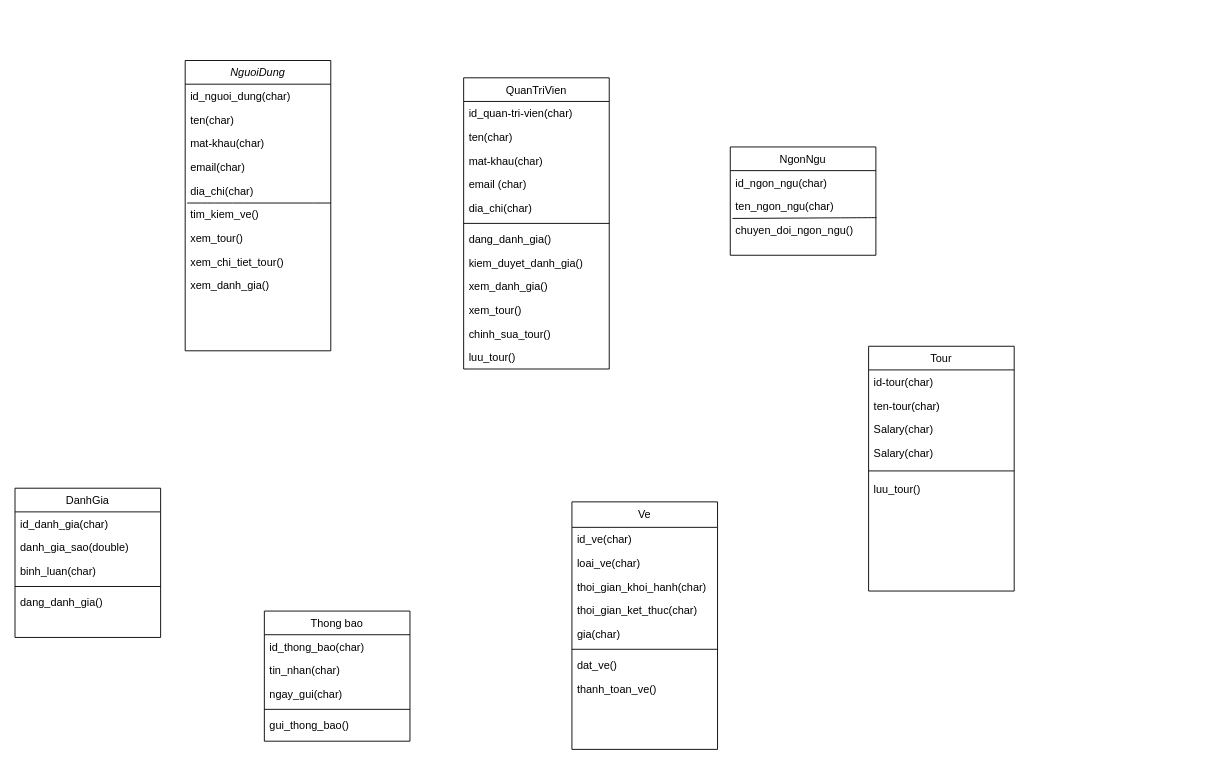
Above: Biểu đồ không có tiêu đề.drawio in codecuatai/DuAnLuyenTap (draw.io), before the change. Source tidied: cells renumbered, new cells numbered last; positions are measured from the earlier drawing's top-left corner, leaving out a move shared by most shapes. Both pictures are drawn from the tidied source at 91%, with x=0, y=0 at pixel (15, 60).
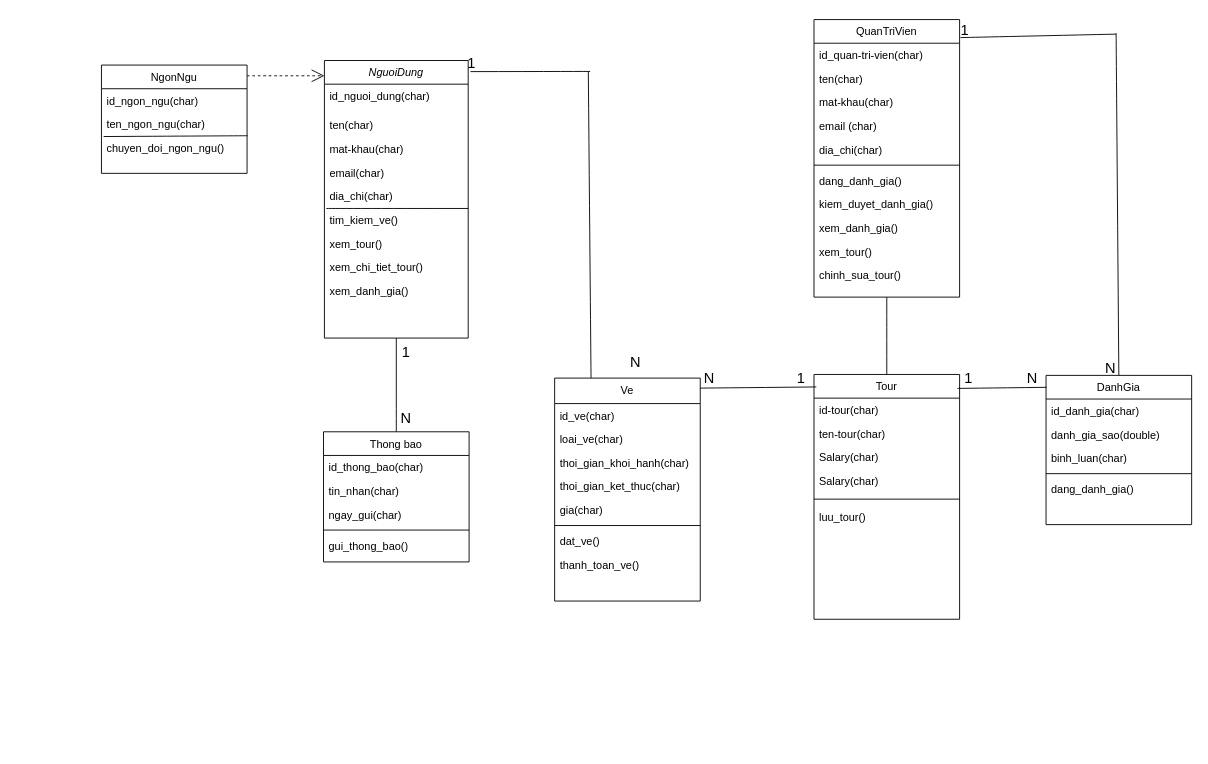
The same diagram, later.

Commit message:
Cập nhật Biểu đồ không có tiêu đề.drawio

Change to the diagram source:
```diff
@@
     <mxCell id="2" value="NguoiDung" style="swimlane;fontStyle=2;align=center;verticalAlign=top;horizontal=1;startSize=26;rounded=0;shadow=0;strokeWidth=1;" parent="1" vertex="1">
-      <mxGeometry x="187" width="160" height="319" as="geometry" />
+      <mxGeometry x="340" width="158" height="305" as="geometry" />
     </mxCell>
     <mxCell id="3" value="id_nguoi_dung(char)" style="text;align=left;verticalAlign=top;spacingLeft=4;spacingRight=4;overflow=hidden;" parent="2" vertex="1">
-      <mxGeometry y="26" width="160" height="26" as="geometry" />
+      <mxGeometry y="26" width="158" height="32" as="geometry" />
     </mxCell>
     <mxCell id="4" value="ten(char)" style="text;align=left;verticalAlign=top;spacingLeft=4;spacingRight=4;overflow=hidden;rounded=0;shadow=0;html=0;" parent="2" vertex="1">
-      <mxGeometry y="52" width="160" height="26" as="geometry" />
+      <mxGeometry y="58" width="158" height="26" as="geometry" />
     </mxCell>
     <mxCell id="5" value="mat-khau(char)" style="text;align=left;verticalAlign=top;spacingLeft=4;spacingRight=4;overflow=hidden;rounded=0;shadow=0;html=0;" parent="2" vertex="1">
-      <mxGeometry y="78" width="160" height="26" as="geometry" />
+      <mxGeometry y="84" width="158" height="26" as="geometry" />
     </mxCell>
     <mxCell id="6" value="email(char)" style="text;align=left;verticalAlign=top;spacingLeft=4;spacingRight=4;overflow=hidden;rounded=0;shadow=0;html=0;" parent="2" vertex="1">
-      <mxGeometry y="104" width="160" height="26" as="geometry" />
+      <mxGeometry y="110" width="158" height="26" as="geometry" />
     </mxCell>
     <mxCell id="7" value="dia_chi(char)" style="text;align=left;verticalAlign=top;spacingLeft=4;spacingRight=4;overflow=hidden;points=[[0,0.5],[1,0.5]];portConstraint=eastwest;rounded=0;shadow=0;html=0;" parent="2" vertex="1">
-      <mxGeometry y="130" width="160" height="26" as="geometry" />
+      <mxGeometry y="136" width="158" height="26" as="geometry" />
     </mxCell>
@@
     <mxCell id="9" value="tim_kiem_ve()" style="text;align=left;verticalAlign=top;spacingLeft=4;spacingRight=4;overflow=hidden;rounded=0;shadow=0;html=0;" parent="2" vertex="1">
-      <mxGeometry y="156" width="160" height="26" as="geometry" />
+      <mxGeometry y="162" width="158" height="26" as="geometry" />
     </mxCell>
     <mxCell id="10" value="xem_tour()" style="text;align=left;verticalAlign=top;spacingLeft=4;spacingRight=4;overflow=hidden;rounded=0;shadow=0;html=0;" parent="2" vertex="1">
-      <mxGeometry y="182" width="160" height="26" as="geometry" />
+      <mxGeometry y="188" width="158" height="26" as="geometry" />
     </mxCell>
     <mxCell id="11" value="xem_chi_tiet_tour()" style="text;align=left;verticalAlign=top;spacingLeft=4;spacingRight=4;overflow=hidden;rounded=0;shadow=0;html=0;" parent="2" vertex="1">
-      <mxGeometry y="208" width="160" height="26" as="geometry" />
+      <mxGeometry y="214" width="158" height="26" as="geometry" />
     </mxCell>
     <mxCell id="12" value="xem_danh_gia()" style="text;align=left;verticalAlign=top;spacingLeft=4;spacingRight=4;overflow=hidden;rounded=0;shadow=0;html=0;" parent="2" vertex="1">
-      <mxGeometry y="234" width="160" height="26" as="geometry" />
+      <mxGeometry y="240" width="158" height="26" as="geometry" />
     </mxCell>
     <mxCell id="13" value="DanhGia" style="swimlane;fontStyle=0;align=center;verticalAlign=top;horizontal=1;startSize=26;rounded=0;shadow=0;strokeWidth=1;" parent="1" vertex="1">
-      <mxGeometry y="470" width="160" height="164" as="geometry" />
+      <mxGeometry x="1133" y="346" width="160" height="164" as="geometry" />
     </mxCell>
@@
     <mxCell id="19" value="NgonNgu" style="swimlane;fontStyle=0;align=center;verticalAlign=top;horizontal=1;startSize=26;rounded=0;shadow=0;strokeWidth=1;" parent="1" vertex="1">
-      <mxGeometry x="786" y="95" width="160" height="119" as="geometry" />
+      <mxGeometry x="95" y="5" width="160" height="119" as="geometry" />
     </mxCell>
@@
     <mxCell id="24" value="QuanTriVien" style="swimlane;fontStyle=0;align=center;verticalAlign=top;horizontal=1;startSize=26;rounded=0;shadow=0;strokeWidth=1;" parent="1" vertex="1">
-      <mxGeometry x="493" y="19" width="160" height="320" as="geometry" />
+      <mxGeometry x="878" y="-45" width="160" height="305" as="geometry" />
     </mxCell>
@@
-    <mxCell id="36" value="luu_tour()" style="text;align=left;verticalAlign=top;spacingLeft=4;spacingRight=4;overflow=hidden;" parent="24" vertex="1">
-      <mxGeometry y="294" width="160" height="26" as="geometry" />
-    </mxCell>
     <mxCell id="37" value="Tour" style="swimlane;fontStyle=0;align=center;verticalAlign=top;horizontal=1;startSize=26;rounded=0;shadow=0;strokeWidth=1;" parent="1" vertex="1">
-      <mxGeometry x="938" y="314" width="160" height="269" as="geometry" />
+      <mxGeometry x="878" y="345" width="160" height="269" as="geometry" />
     </mxCell>
@@
     <mxCell id="44" value="Ve" style="swimlane;fontStyle=0;align=center;verticalAlign=top;horizontal=1;startSize=28;rounded=0;shadow=0;strokeWidth=1;" parent="1" vertex="1">
-      <mxGeometry x="612" y="485" width="160" height="272" as="geometry" />
+      <mxGeometry x="593" y="349" width="160" height="245" as="geometry" />
     </mxCell>
@@
     <mxCell id="53" value="Thong bao" style="swimlane;fontStyle=0;align=center;verticalAlign=top;horizontal=1;startSize=26;rounded=0;shadow=0;strokeWidth=1;" parent="1" vertex="1">
-      <mxGeometry x="274" y="605" width="160" height="143" as="geometry" />
+      <mxGeometry x="339" y="408" width="160" height="143" as="geometry" />
     </mxCell>
@@
+    <mxCell id="59" value="1" style="text;strokeColor=none;fillColor=none;html=1;align=center;verticalAlign=middle;whiteSpace=wrap;rounded=0;fontSize=16;" parent="1" vertex="1">
+      <mxGeometry x="472" y="-12" width="60" height="30" as="geometry" />
+    </mxCell>
+    <mxCell id="60" value="N" style="text;strokeColor=none;fillColor=none;html=1;align=center;verticalAlign=middle;whiteSpace=wrap;rounded=0;fontSize=16;" parent="1" vertex="1">
+      <mxGeometry x="652" y="316" width="60" height="30" as="geometry" />
+    </mxCell>
+    <mxCell id="61" style="endArrow=none;html=1;rounded=0;fontSize=12;startSize=8;endSize=8;curved=1;entryX=0.016;entryY=0.051;entryDx=0;entryDy=0;entryPerimeter=0;" parent="1" edge="1" target="37">
+      <mxGeometry relative="1" as="geometry">
+        <mxPoint x="753" y="360" as="sourcePoint" />
+      </mxGeometry>
+    </mxCell>
+    <mxCell id="62" value="1" style="text;strokeColor=none;fillColor=none;html=1;align=center;verticalAlign=middle;whiteSpace=wrap;rounded=0;fontSize=16;" parent="1" vertex="1">
+      <mxGeometry x="834" y="334" width="60" height="30" as="geometry" />
+    </mxCell>
+    <mxCell id="63" style="endArrow=none;html=1;rounded=0;fontSize=12;startSize=8;endSize=8;curved=1;entryX=0.004;entryY=0.08;entryDx=0;entryDy=0;entryPerimeter=0;exitX=0.985;exitY=0.057;exitDx=0;exitDy=0;exitPerimeter=0;" parent="1" edge="1" source="37" target="13">
+      <mxGeometry relative="1" as="geometry" />
+    </mxCell>
+    <mxCell id="64" style="endArrow=open;endSize=12;dashed=1;html=1;rounded=0;fontSize=12;curved=1;exitX=1;exitY=0.099;exitDx=0;exitDy=0;exitPerimeter=0;entryX=0;entryY=0.055;entryDx=0;entryDy=0;entryPerimeter=0;" parent="1" edge="1" source="19" target="2">
+      <mxGeometry relative="1" as="geometry" />
+    </mxCell>
+    <mxCell id="65" style="endArrow=none;html=1;rounded=0;fontSize=12;startSize=8;endSize=8;curved=1;entryX=0.5;entryY=1;entryDx=0;entryDy=0;exitX=0.5;exitY=0;exitDx=0;exitDy=0;" parent="1" edge="1" source="53" target="2">
+      <mxGeometry relative="1" as="geometry" />
+    </mxCell>
+    <mxCell id="66" style="endArrow=none;html=1;rounded=0;fontSize=12;startSize=8;endSize=8;curved=1;entryX=0.5;entryY=0;entryDx=0;entryDy=0;exitX=0.5;exitY=1;exitDx=0;exitDy=0;" parent="1" edge="1" source="24" target="37">
+      <mxGeometry relative="1" as="geometry" />
+    </mxCell>
+    <mxCell id="67" style="endArrow=none;html=1;rounded=0;fontSize=12;startSize=8;endSize=8;curved=1;entryX=0.5;entryY=0;entryDx=0;entryDy=0;" parent="1" edge="1" target="13">
+      <mxGeometry relative="1" as="geometry">
+        <mxPoint x="1210" y="-30" as="sourcePoint" />
+      </mxGeometry>
+    </mxCell>
+    <mxCell id="68" value="N" style="text;strokeColor=none;fillColor=none;html=1;align=center;verticalAlign=middle;whiteSpace=wrap;rounded=0;fontSize=16;" parent="1" vertex="1">
+      <mxGeometry x="733" y="334" width="60" height="30" as="geometry" />
+    </mxCell>
+    <mxCell id="69" value="N" style="text;strokeColor=none;fillColor=none;html=1;align=center;verticalAlign=middle;whiteSpace=wrap;rounded=0;fontSize=16;" parent="1" vertex="1">
+      <mxGeometry x="1088" y="334" width="60" height="30" as="geometry" />
+    </mxCell>
+    <mxCell id="70" value="1" style="text;strokeColor=none;fillColor=none;html=1;align=center;verticalAlign=middle;whiteSpace=wrap;rounded=0;fontSize=16;" parent="1" vertex="1">
+      <mxGeometry x="1018" y="334" width="60" height="30" as="geometry" />
+    </mxCell>
+    <mxCell id="71" style="endArrow=none;html=1;rounded=0;fontSize=12;startSize=8;endSize=8;curved=1;exitX=1.006;exitY=0.065;exitDx=0;exitDy=0;exitPerimeter=0;" parent="1" edge="1" source="24">
+      <mxGeometry relative="1" as="geometry">
+        <mxPoint x="1210" y="-29" as="targetPoint" />
+      </mxGeometry>
+    </mxCell>
+    <mxCell id="72" value="N" style="text;strokeColor=none;fillColor=none;html=1;align=center;verticalAlign=middle;whiteSpace=wrap;rounded=0;fontSize=16;" parent="1" vertex="1">
+      <mxGeometry x="1174" y="323" width="60" height="30" as="geometry" />
+    </mxCell>
+    <mxCell id="73" value="1" style="text;strokeColor=none;fillColor=none;html=1;align=center;verticalAlign=middle;whiteSpace=wrap;rounded=0;fontSize=16;" parent="1" vertex="1">
+      <mxGeometry x="1014" y="-49" width="60" height="30" as="geometry" />
+    </mxCell>
+    <mxCell id="74" style="endArrow=none;html=1;rounded=0;fontSize=12;startSize=8;endSize=8;curved=1;exitX=0.25;exitY=0;exitDx=0;exitDy=0;" parent="1" edge="1" source="44">
+      <mxGeometry relative="1" as="geometry">
+        <mxPoint x="630" y="12" as="targetPoint" />
+      </mxGeometry>
+    </mxCell>
+    <mxCell id="75" style="endArrow=none;html=1;rounded=0;fontSize=12;startSize=8;endSize=8;curved=1;entryX=1.016;entryY=0.04;entryDx=0;entryDy=0;entryPerimeter=0;" parent="1" edge="1" target="2">
+      <mxGeometry relative="1" as="geometry">
+        <mxPoint x="632" y="12" as="sourcePoint" />
+      </mxGeometry>
+    </mxCell>
+    <mxCell id="76" value="N" style="text;strokeColor=none;fillColor=none;html=1;align=center;verticalAlign=middle;whiteSpace=wrap;rounded=0;fontSize=16;" parent="1" vertex="1">
+      <mxGeometry x="400" y="378" width="60" height="30" as="geometry" />
+    </mxCell>
+    <mxCell id="77" value="1" style="text;strokeColor=none;fillColor=none;html=1;align=center;verticalAlign=middle;whiteSpace=wrap;rounded=0;fontSize=16;" parent="1" vertex="1">
+      <mxGeometry x="400" y="305" width="60" height="30" as="geometry" />
+    </mxCell>
```
